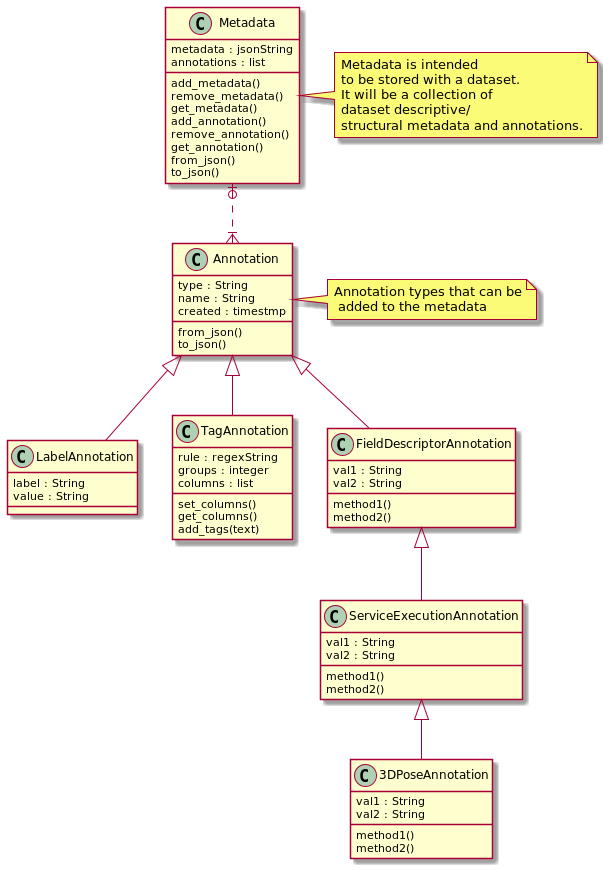
Before: docs/data_manager_metadata.png, a diagram exported from PlantUML (InformaticsMatters/squonk2-data-manager-metadata).
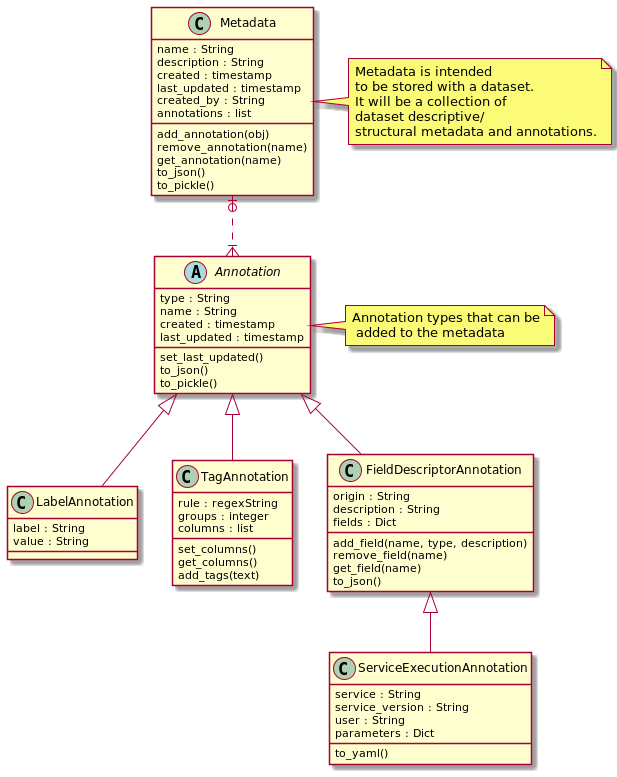
After the change.

What changed in the source:
```diff
@@ -1,24 +1,27 @@
 @startuml
 class Metadata {
-    metadata : jsonString
+    name : String
+    description : String
+    created : timestamp
+    last_updated : timestamp
+    created_by : String
     annotations : list
-    add_metadata()
-    remove_metadata()
-    get_metadata()
-    add_annotation()
-    remove_annotation()
-    get_annotation()
-    from_json()
+    add_annotation(obj)
+    remove_annotation(name)
+    get_annotation(name)
     to_json()
+    to_pickle()
 }
 note right: Metadata is intended\nto be stored with a dataset.\nIt will be a collection of\ndataset descriptive/\nstructural metadata and annotations.
 
-class Annotation {
+abstract class Annotation {
     type : String
     name : String
-    created : timestmp
-    from_json()
+    created : timestamp
+    last_updated : timestamp
+    set_last_updated()
     to_json()
+    to_pickle()
 }
 note right: Annotation types that can be\n added to the metadata
 
@@ -37,24 +40,21 @@
 }
 
 class FieldDescriptorAnnotation {
-    val1 : String
-    val2 : String
-    method1()
-    method2()
+    origin : String
+    description : String
+    fields : Dict
+    add_field(name, type, description)
+    remove_field(name)
+    get_field(name)
+    to_json()
 }
 
 class ServiceExecutionAnnotation {
-    val1 : String
-    val2 : String
-    method1()
-    method2()
-}
-
-class 3DPoseAnnotation {
-    val1 : String
-    val2 : String
-    method1()
-    method2()
+    service : String
+    service_version : String
+    user : String
+    parameters : Dict
+    to_yaml()
 }
 
 Metadata  |o..|{   Annotation
@@ -62,5 +62,4 @@
 Annotation <|-- TagAnnotation
 Annotation <|-- FieldDescriptorAnnotation
 FieldDescriptorAnnotation <|-- ServiceExecutionAnnotation
-ServiceExecutionAnnotation <|-- 3DPoseAnnotation
 @enduml
```
